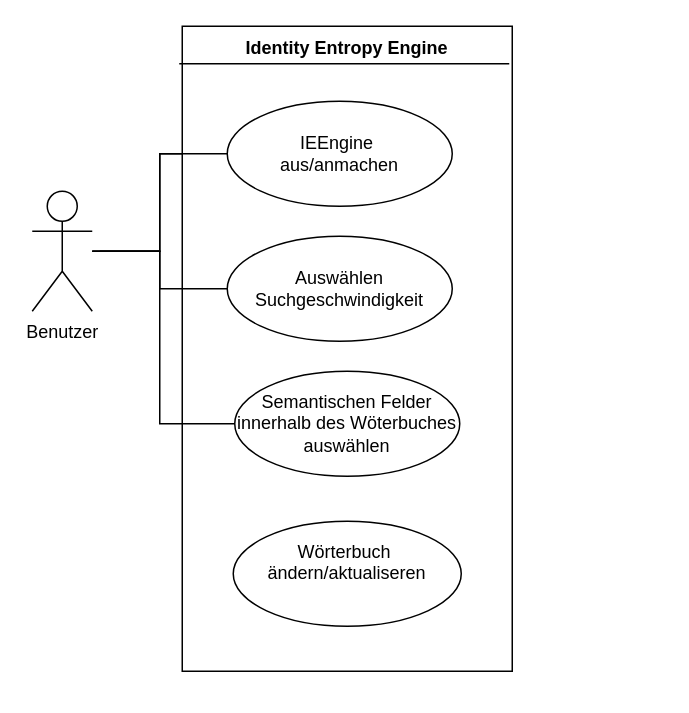
limemime/BHT_Softwaretechnik_SS26_JEstrada keeps this draw.io diagram as 05_UML/Use_Case_Diagramm_IEE.drawio. Above is the earlier version. Source tidied: cells renumbered, new cells numbered last; positions are measured from the earlier drawing's top-left corner, leaving out a move shared by most shapes. Both pictures are drawn from the tidied source at 150%, with x=0, y=0 at pixel (32, 26).
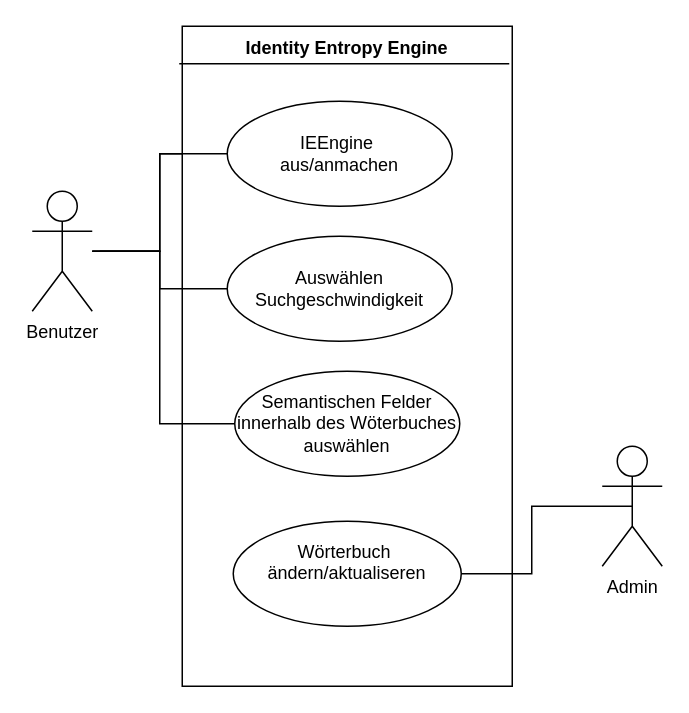
Above is the later version.

Change to the diagram source:
```diff
@@
 <mxGraphModel>
   <root>
     <mxCell id="0" />
     <mxCell id="1" parent="0" />
     <mxCell id="2" style="edgeStyle=orthogonalEdgeStyle;rounded=0;jettySize=auto;html=1;" parent="1" edge="1" source="3" target="9">
       <mxGeometry relative="1" as="geometry" />
     </mxCell>
     <mxCell id="3" value="Benutzer" style="shape=umlActor;verticalLabelPosition=bottom;verticalAlign=top;html=1;" parent="1" vertex="1">
       <mxGeometry y="110" width="40" height="80" as="geometry" />
     </mxCell>
     <mxCell id="4" style="html=1;whiteSpace=wrap;" parent="1" vertex="1">
-      <mxGeometry x="100" width="220" height="430" as="geometry" />
+      <mxGeometry x="100" width="220" height="440" as="geometry" />
     </mxCell>
     <mxCell id="5" value="&lt;b&gt;Identity Entropy Engine&lt;/b&gt;" style="text;html=1;whiteSpace=wrap;strokeColor=none;fillColor=none;align=center;verticalAlign=middle;rounded=0;" parent="1" vertex="1">
       <mxGeometry x="100" width="220" height="30" as="geometry" />
     </mxCell>
     <mxCell id="6" style="line;strokeWidth=1;fillColor=none;align=left;verticalAlign=middle;spacingTop=-1;spacingLeft=3;spacingRight=3;labelPosition=right;strokeColor=inherit;" parent="1" vertex="1">
       <mxGeometry x="98" y="20" width="220" height="10" as="geometry" />
     </mxCell>
     <mxCell id="7" style="edgeStyle=orthogonalEdgeStyle;rounded=0;orthogonalLoop=1;jettySize=auto;html=1;exitX=0.5;exitY=1;exitDx=0;exitDy=0;" parent="1" edge="1" source="5" target="5">
       <mxGeometry relative="1" as="geometry" />
     </mxCell>
     <mxCell id="8" style="edgeStyle=orthogonalEdgeStyle;rounded=0;jettySize=auto;html=1;endArrow=none;endFill=0;" parent="1" edge="1" source="9" target="3">
       <mxGeometry relative="1" as="geometry" />
     </mxCell>
     <mxCell id="9" value="&lt;div&gt;IEEngine&amp;nbsp;&lt;/div&gt;&lt;div&gt;aus/anmachen&lt;/div&gt;" style="ellipse;whiteSpace=wrap;html=1;" parent="1" vertex="1">
       <mxGeometry x="130" y="50" width="150" height="70" as="geometry" />
     </mxCell>
     <mxCell id="10" style="edgeStyle=orthogonalEdgeStyle;rounded=0;jettySize=auto;html=1;endArrow=none;endFill=0;startArrow=none;startFill=0;" parent="1" edge="1" source="11" target="3">
       <mxGeometry relative="1" as="geometry" />
     </mxCell>
     <mxCell id="11" value="Auswählen Suchgeschwindigkeit" style="ellipse;whiteSpace=wrap;html=1;" parent="1" vertex="1">
       <mxGeometry x="130" y="140" width="150" height="70" as="geometry" />
     </mxCell>
     <mxCell id="12" value="&lt;div&gt;Wörterbuch&amp;nbsp;&lt;/div&gt;&lt;div&gt;ändern/aktualiseren&lt;/div&gt;&lt;div&gt;&lt;br&gt;&lt;/div&gt;" style="ellipse;whiteSpace=wrap;html=1;" parent="1" vertex="1">
       <mxGeometry x="134" y="330" width="152" height="70" as="geometry" />
     </mxCell>
     <mxCell id="13" style="edgeStyle=orthogonalEdgeStyle;rounded=0;orthogonalLoop=1;jettySize=auto;html=1;endArrow=none;endFill=0;" parent="1" edge="1">
       <mxGeometry relative="1" as="geometry">
         <mxPoint x="135" y="265" as="sourcePoint" />
         <mxPoint x="45" y="150" as="targetPoint" />
         <Array as="points">
           <mxPoint x="85" y="265" />
           <mxPoint x="85" y="150" />
         </Array>
       </mxGeometry>
     </mxCell>
     <mxCell id="14" value="Semantischen Felder innerhalb des Wöterbuches auswählen" style="ellipse;whiteSpace=wrap;html=1;" parent="1" vertex="1">
       <mxGeometry x="135" y="230" width="150" height="70" as="geometry" />
     </mxCell>
+    <mxCell id="15" style="edgeStyle=orthogonalEdgeStyle;rounded=0;jettySize=auto;html=1;exitX=0.5;exitY=0.5;exitDx=0;exitDy=0;exitPerimeter=0;endArrow=none;endFill=0;" parent="1" edge="1" source="16" target="12">
+      <mxGeometry relative="1" as="geometry" />
+    </mxCell>
+    <mxCell id="16" value="Admin" style="shape=umlActor;verticalLabelPosition=bottom;verticalAlign=top;html=1;" parent="1" vertex="1">
+      <mxGeometry x="380" y="280" width="40" height="80" as="geometry" />
+    </mxCell>
   </root>
 </mxGraphModel>
```
